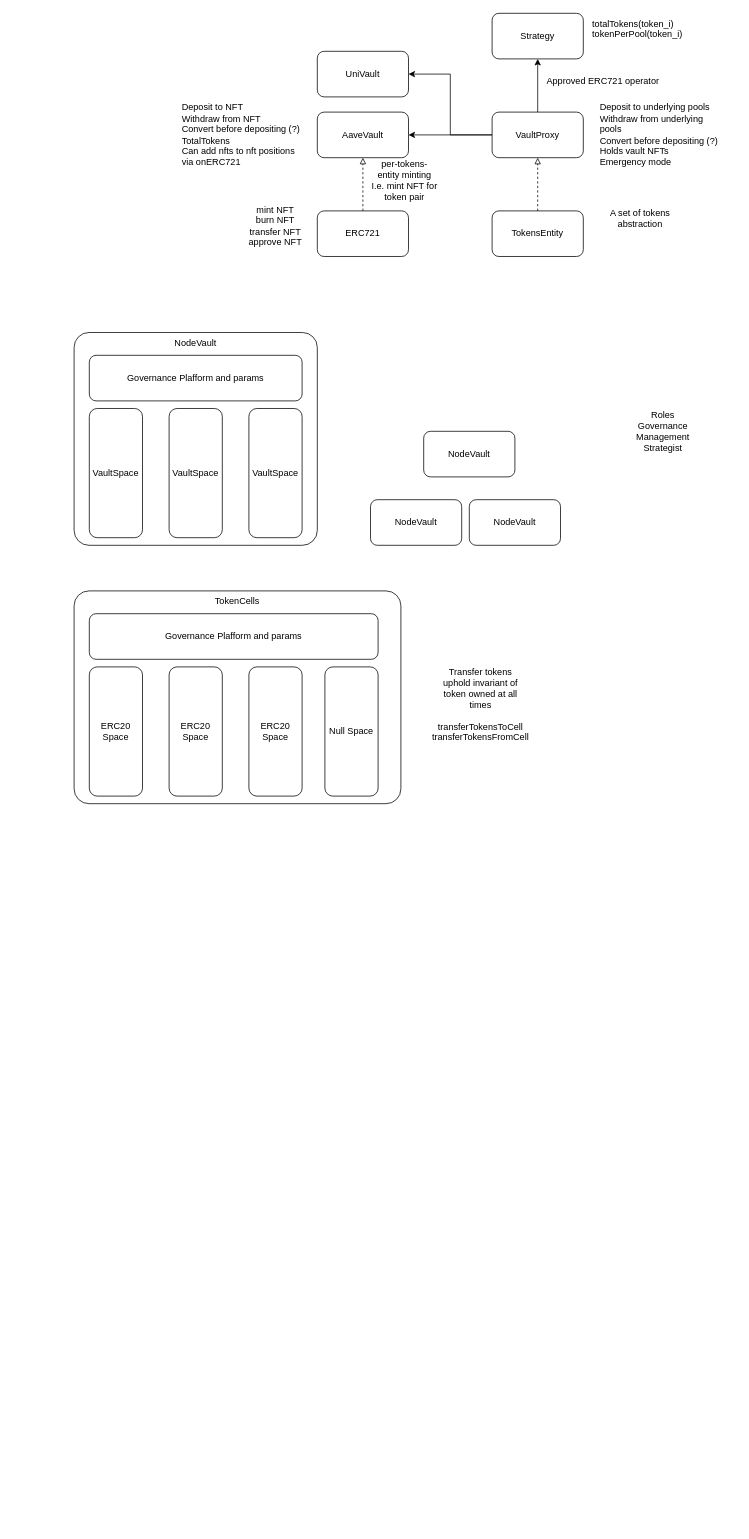
Above: page "Draft" (3 of 3) of docs/Architecture.drawio in mellow-finance/mellow-vaults (draw.io), before the change. Source tidied: cells renumbered, new cells numbered last; positions are measured from the earlier drawing's top-left corner, leaving out a move shared by most shapes. Both pictures are drawn from the tidied source at 76%, with x=0, y=0 at pixel (74, 13).
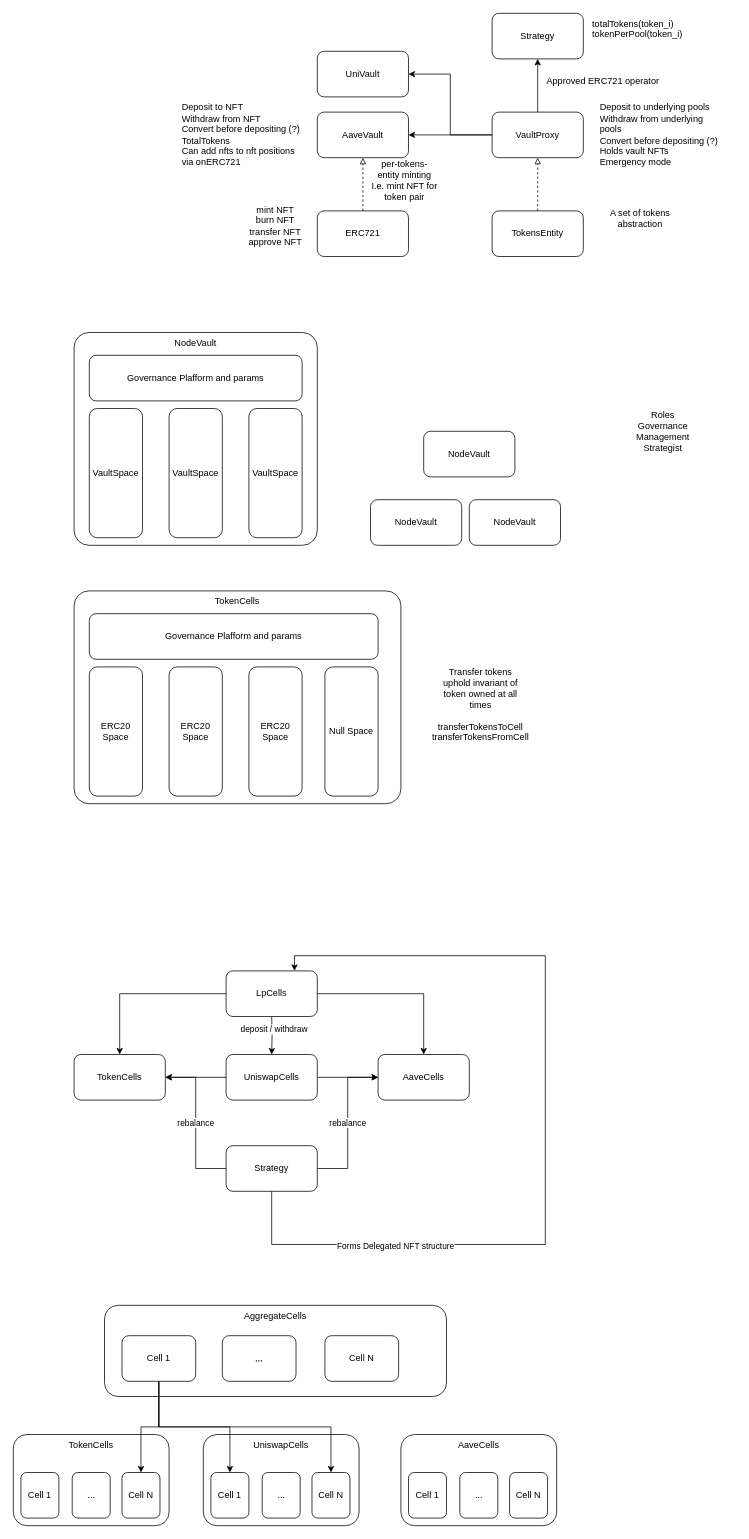
After the change.

Change to the diagram source:
```diff
@@
+    <mxCell id="36" value="TokenCells" style="rounded=1;whiteSpace=wrap;html=1;" parent="1" vertex="1">
+      <mxGeometry y="1370" width="120" height="60" as="geometry" />
+    </mxCell>
+    <mxCell id="37" style="edgeStyle=orthogonalEdgeStyle;rounded=0;jettySize=auto;html=1;" parent="1" edge="1" source="39" target="36">
+      <mxGeometry relative="1" as="geometry" />
+    </mxCell>
+    <mxCell id="38" style="edgeStyle=orthogonalEdgeStyle;rounded=0;jettySize=auto;html=1;" parent="1" edge="1" source="39" target="40">
+      <mxGeometry relative="1" as="geometry" />
+    </mxCell>
+    <mxCell id="39" value="UniswapCells" style="rounded=1;whiteSpace=wrap;html=1;" parent="1" vertex="1">
+      <mxGeometry x="200" y="1370" width="120" height="60" as="geometry" />
+    </mxCell>
+    <mxCell id="40" value="AaveCells" style="rounded=1;whiteSpace=wrap;html=1;" parent="1" vertex="1">
+      <mxGeometry x="400" y="1370" width="120" height="60" as="geometry" />
+    </mxCell>
+    <mxCell id="41" value="rebalance" style="edgeStyle=orthogonalEdgeStyle;rounded=0;jettySize=auto;html=1;entryX=1;entryY=0.5;entryDx=0;entryDy=0;" parent="1" edge="1" source="45" target="36">
+      <mxGeometry relative="1" as="geometry" />
+    </mxCell>
+    <mxCell id="42" value="rebalance" style="edgeStyle=orthogonalEdgeStyle;rounded=0;jettySize=auto;html=1;entryX=0;entryY=0.5;entryDx=0;entryDy=0;" parent="1" edge="1" source="45" target="40">
+      <mxGeometry relative="1" as="geometry" />
+    </mxCell>
+    <mxCell id="43" style="edgeStyle=orthogonalEdgeStyle;rounded=0;jettySize=auto;html=1;entryX=0.75;entryY=0;entryDx=0;entryDy=0;" parent="1" edge="1" source="45" target="50">
+      <mxGeometry relative="1" as="geometry">
+        <Array as="points">
+          <mxPoint x="260" y="1620" />
+          <mxPoint x="620" y="1620" />
+          <mxPoint x="620" y="1240" />
+          <mxPoint x="290" y="1240" />
+        </Array>
+      </mxGeometry>
+    </mxCell>
+    <mxCell id="44" value="Forms Delegated NFT structure" style="edgeLabel;html=1;align=center;verticalAlign=middle;" parent="43" vertex="1">
+      <mxGeometry x="-0.6" y="-1" relative="1" as="geometry" />
+    </mxCell>
+    <mxCell id="45" value="Strategy" style="rounded=1;whiteSpace=wrap;html=1;" parent="1" vertex="1">
+      <mxGeometry x="200" y="1490" width="120" height="60" as="geometry" />
+    </mxCell>
+    <mxCell id="46" style="edgeStyle=orthogonalEdgeStyle;rounded=0;jettySize=auto;html=1;" parent="1" edge="1" target="39">
+      <mxGeometry relative="1" as="geometry">
+        <mxPoint x="260" y="1320" as="sourcePoint" />
+      </mxGeometry>
+    </mxCell>
+    <mxCell id="47" value="deposit / withdraw" style="edgeLabel;html=1;align=center;verticalAlign=middle;" parent="46" vertex="1">
+      <mxGeometry x="-0.32" y="2" relative="1" as="geometry" />
+    </mxCell>
+    <mxCell id="48" style="edgeStyle=orthogonalEdgeStyle;rounded=0;jettySize=auto;html=1;entryX=0.5;entryY=0;entryDx=0;entryDy=0;" parent="1" edge="1" source="50" target="40">
+      <mxGeometry relative="1" as="geometry" />
+    </mxCell>
+    <mxCell id="49" style="edgeStyle=orthogonalEdgeStyle;rounded=0;jettySize=auto;html=1;entryX=0.5;entryY=0;entryDx=0;entryDy=0;" parent="1" edge="1" source="50" target="36">
+      <mxGeometry relative="1" as="geometry" />
+    </mxCell>
+    <mxCell id="50" value="LpCells" style="rounded=1;whiteSpace=wrap;html=1;" parent="1" vertex="1">
+      <mxGeometry x="200" y="1260" width="120" height="60" as="geometry" />
+    </mxCell>
+    <mxCell id="51" value="AggregateCells" style="rounded=1;whiteSpace=wrap;html=1;verticalAlign=top;" parent="1" vertex="1">
+      <mxGeometry x="40" y="1700" width="450" height="120" as="geometry" />
+    </mxCell>
+    <mxCell id="52" value="TokenCells" style="rounded=1;whiteSpace=wrap;html=1;verticalAlign=top;" parent="1" vertex="1">
+      <mxGeometry x="-80" y="1870" width="205" height="120" as="geometry" />
+    </mxCell>
+    <mxCell id="53" value="Cell 1" style="rounded=1;whiteSpace=wrap;html=1;" parent="1" vertex="1">
+      <mxGeometry x="-70" y="1920" width="50" height="60" as="geometry" />
+    </mxCell>
+    <mxCell id="54" value="..." style="rounded=1;whiteSpace=wrap;html=1;" parent="1" vertex="1">
+      <mxGeometry x="-2.5" y="1920" width="50" height="60" as="geometry" />
+    </mxCell>
+    <mxCell id="55" value="Cell N" style="rounded=1;whiteSpace=wrap;html=1;" parent="1" vertex="1">
+      <mxGeometry x="63" y="1920" width="50" height="60" as="geometry" />
+    </mxCell>
+    <mxCell id="56" value="UniswapCells" style="rounded=1;whiteSpace=wrap;html=1;verticalAlign=top;" parent="1" vertex="1">
+      <mxGeometry x="170" y="1870" width="205" height="120" as="geometry" />
+    </mxCell>
+    <mxCell id="57" value="Cell 1" style="rounded=1;whiteSpace=wrap;html=1;" parent="1" vertex="1">
+      <mxGeometry x="180" y="1920" width="50" height="60" as="geometry" />
+    </mxCell>
+    <mxCell id="58" value="..." style="rounded=1;whiteSpace=wrap;html=1;" parent="1" vertex="1">
+      <mxGeometry x="247.5" y="1920" width="50" height="60" as="geometry" />
+    </mxCell>
+    <mxCell id="59" value="Cell N" style="rounded=1;whiteSpace=wrap;html=1;" parent="1" vertex="1">
+      <mxGeometry x="313" y="1920" width="50" height="60" as="geometry" />
+    </mxCell>
+    <mxCell id="60" value="AaveCells" style="rounded=1;whiteSpace=wrap;html=1;verticalAlign=top;" parent="1" vertex="1">
+      <mxGeometry x="430" y="1870" width="205" height="120" as="geometry" />
+    </mxCell>
+    <mxCell id="61" value="Cell 1" style="rounded=1;whiteSpace=wrap;html=1;" parent="1" vertex="1">
+      <mxGeometry x="440" y="1920" width="50" height="60" as="geometry" />
+    </mxCell>
+    <mxCell id="62" value="..." style="rounded=1;whiteSpace=wrap;html=1;" parent="1" vertex="1">
+      <mxGeometry x="507.5" y="1920" width="50" height="60" as="geometry" />
+    </mxCell>
+    <mxCell id="63" value="Cell N" style="rounded=1;whiteSpace=wrap;html=1;" parent="1" vertex="1">
+      <mxGeometry x="573" y="1920" width="50" height="60" as="geometry" />
+    </mxCell>
+    <mxCell id="64" style="edgeStyle=orthogonalEdgeStyle;rounded=0;jettySize=auto;html=1;entryX=0.5;entryY=0;entryDx=0;entryDy=0;" parent="1" edge="1" source="65" target="55">
+      <mxGeometry relative="1" as="geometry" />
+    </mxCell>
+    <mxCell id="65" value="Cell 1" style="rounded=1;whiteSpace=wrap;html=1;" parent="1" vertex="1">
+      <mxGeometry x="63" y="1740" width="97" height="60" as="geometry" />
+    </mxCell>
+    <mxCell id="66" style="edgeStyle=orthogonalEdgeStyle;rounded=0;jettySize=auto;html=1;entryX=0.5;entryY=0;entryDx=0;entryDy=0;exitX=0.5;exitY=1;exitDx=0;exitDy=0;" parent="1" edge="1" source="65" target="57">
+      <mxGeometry relative="1" as="geometry" />
+    </mxCell>
+    <mxCell id="67" style="edgeStyle=orthogonalEdgeStyle;rounded=0;jettySize=auto;html=1;entryX=0.5;entryY=0;entryDx=0;entryDy=0;exitX=0.5;exitY=1;exitDx=0;exitDy=0;" parent="1" edge="1" source="65" target="59">
+      <mxGeometry relative="1" as="geometry" />
+    </mxCell>
+    <mxCell id="68" value=",,," style="rounded=1;whiteSpace=wrap;html=1;" parent="1" vertex="1">
+      <mxGeometry x="195" y="1740" width="97" height="60" as="geometry" />
+    </mxCell>
+    <mxCell id="69" value="Cell N" style="rounded=1;whiteSpace=wrap;html=1;" parent="1" vertex="1">
+      <mxGeometry x="330" y="1740" width="97" height="60" as="geometry" />
+    </mxCell>
```
